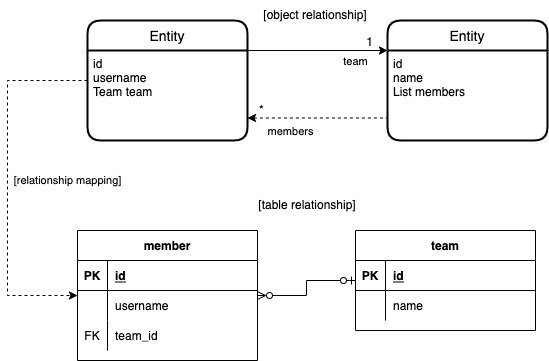
Before: assets/img/jpa_study/ch.6/pic-6-1.png, a diagram exported from draw.io (Rama033/Rama033.github.io). Source tidied: cells renumbered, new cells last; positions are measured from the earlier drawing's top-left corner, leaving out a move shared by most shapes.
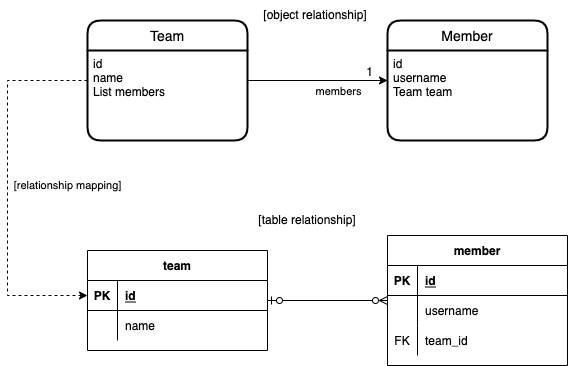
Above is the later version.

Change to the diagram source:
```diff
@@ -2,31 +2,32 @@
   <root>
     <mxCell id="0" />
     <mxCell id="1" parent="0" />
-    <mxCell id="2" value="[relationship mapping]" style="edgeStyle=orthogonalEdgeStyle;rounded=0;jettySize=auto;html=1;endArrow=classic;endFill=1;dashed=1;" parent="1" edge="1" source="3" target="8">
+    <mxCell id="2" value="[relationship mapping]" style="edgeStyle=orthogonalEdgeStyle;rounded=0;jettySize=auto;html=1;endArrow=classic;endFill=1;dashed=1;" parent="1" edge="1" source="3" target="18">
       <mxGeometry x="-0.01" y="60" relative="1" as="geometry">
         <Array as="points">
           <mxPoint y="80" />
           <mxPoint y="295" />
+          <mxPoint x="160" y="295" />
         </Array>
       </mxGeometry>
     </mxCell>
-    <mxCell id="3" value="Entity" style="swimlane;horizontal=1;startSize=30;rounded=1;fontSize=14;fontStyle=0;strokeWidth=2;shadow=0;dashed=0;align=center;" parent="1" vertex="1">
+    <mxCell id="3" value="Team" style="swimlane;horizontal=1;startSize=30;rounded=1;fontSize=14;fontStyle=0;strokeWidth=2;shadow=0;dashed=0;align=center;" parent="1" vertex="1">
       <mxGeometry x="80" y="20" width="160" height="120" as="geometry" />
     </mxCell>
-    <mxCell id="4" value="id&#10;username&#10;Team team" style="align=left;strokeColor=none;fillColor=none;spacingLeft=4;fontSize=12;verticalAlign=top;" parent="3" vertex="1">
+    <mxCell id="4" value="id&#10;name&#10;List members" style="align=left;strokeColor=none;fillColor=none;spacingLeft=4;fontSize=12;verticalAlign=top;" parent="3" vertex="1">
       <mxGeometry y="30" width="160" height="90" as="geometry" />
     </mxCell>
-    <mxCell id="5" value="Entity" style="swimlane;horizontal=1;startSize=30;rounded=1;fontSize=14;fontStyle=0;strokeWidth=2;shadow=0;dashed=0;align=center;" parent="1" vertex="1">
+    <mxCell id="5" value="Member" style="swimlane;horizontal=1;startSize=30;rounded=1;fontSize=14;fontStyle=0;strokeWidth=2;shadow=0;dashed=0;align=center;" parent="1" vertex="1">
       <mxGeometry x="380" y="20" width="160" height="120" as="geometry" />
     </mxCell>
-    <mxCell id="6" value="id&#10;name&#10;List members" style="align=left;strokeColor=none;fillColor=none;spacingLeft=4;fontSize=12;verticalAlign=top;" parent="5" vertex="1">
+    <mxCell id="6" value="id&#10;username&#10;Team team" style="align=left;strokeColor=none;fillColor=none;spacingLeft=4;fontSize=12;verticalAlign=top;" parent="5" vertex="1">
       <mxGeometry y="30" width="160" height="90" as="geometry" />
     </mxCell>
     <mxCell id="7" style="edgeStyle=orthogonalEdgeStyle;rounded=0;jettySize=auto;html=1;endArrow=ERzeroToOne;endFill=0;startArrow=ERzeroToMany;startFill=0;" parent="1" edge="1" source="8" target="18">
       <mxGeometry relative="1" as="geometry" />
     </mxCell>
     <mxCell id="8" value="member" style="shape=table;startSize=30;rowLines=0;fontStyle=1;align=center;" parent="1" vertex="1">
-      <mxGeometry x="70" y="230" width="180" height="130" as="geometry" />
+      <mxGeometry x="380" y="235" width="180" height="130" as="geometry" />
     </mxCell>
     <mxCell id="9" style="shape=tableRow;horizontal=0;startSize=0;swimlaneHead=0;swimlaneBody=0;fillColor=none;top=0;left=0;right=0;bottom=1;" parent="8" vertex="1">
       <mxGeometry y="30" width="180" height="30" as="geometry" />
@@ -56,7 +57,7 @@
       <mxGeometry x="30" width="150" height="30" as="geometry" />
     </mxCell>
     <mxCell id="18" value="team" style="shape=table;startSize=30;rowLines=0;fontStyle=1;align=center;" parent="1" vertex="1">
-      <mxGeometry x="348" y="230" width="180" height="100" as="geometry" />
+      <mxGeometry x="80" y="250" width="180" height="100" as="geometry" />
     </mxCell>
     <mxCell id="19" style="shape=tableRow;horizontal=0;startSize=0;swimlaneHead=0;swimlaneBody=0;fillColor=none;top=0;left=0;right=0;bottom=1;" parent="18" vertex="1">
       <mxGeometry y="30" width="180" height="30" as="geometry" />
@@ -76,7 +77,7 @@
     <mxCell id="24" value="name" style="shape=partialRectangle;fillColor=none;top=0;left=0;bottom=0;right=0;align=left;spacingLeft=6;overflow=hidden;" parent="22" vertex="1">
       <mxGeometry x="30" width="150" height="30" as="geometry" />
     </mxCell>
-    <mxCell id="25" style="endArrow=classic;html=1;rounded=0;endFill=1;exitX=1;exitY=0;exitDx=0;exitDy=0;entryX=0;entryY=0;entryDx=0;entryDy=0;" parent="1" edge="1" source="4" target="6">
+    <mxCell id="25" style="endArrow=classic;html=1;rounded=0;endFill=1;" parent="1" edge="1" source="3" target="5">
       <mxGeometry relative="1" as="geometry" />
     </mxCell>
     <mxCell id="26" style="html=1;align=left;verticalAlign=bottom;" parent="25" vertex="1">
@@ -89,34 +90,16 @@
         <mxPoint x="-14" as="offset" />
       </mxGeometry>
     </mxCell>
-    <mxCell id="28" value="team" style="edgeLabel;html=1;align=center;verticalAlign=middle;" parent="25" vertex="1">
-      <mxGeometry x="0.53" relative="1" as="geometry">
-        <mxPoint y="10" as="offset" />
-      </mxGeometry>
-    </mxCell>
+    <mxCell id="34" value="members" style="edgeLabel;html=1;align=center;verticalAlign=middle;" parent="25" vertex="1">
+      <mxGeometry x="-0.53" y="-1" relative="1" as="geometry">
+        <mxPoint x="57" y="9" as="offset" />
+      </mxGeometry>
+    </mxCell>
     <mxCell id="29" value="[object relationship]" style="text;html=1;strokeColor=none;fillColor=none;align=center;verticalAlign=middle;whiteSpace=wrap;rounded=0;" parent="1" vertex="1">
       <mxGeometry x="248" width="120" height="30" as="geometry" />
     </mxCell>
     <mxCell id="30" value="[table relationship]" style="text;html=1;strokeColor=none;fillColor=none;align=center;verticalAlign=middle;whiteSpace=wrap;rounded=0;" parent="1" vertex="1">
-      <mxGeometry x="240" y="190" width="120" height="30" as="geometry" />
+      <mxGeometry x="240" y="205" width="120" height="30" as="geometry" />
     </mxCell>
-    <mxCell id="31" style="endArrow=none;html=1;rounded=0;endFill=0;exitX=1;exitY=0.75;exitDx=0;exitDy=0;entryX=0;entryY=0.75;entryDx=0;entryDy=0;dashed=1;startArrow=classic;startFill=1;" parent="1" edge="1" source="4" target="6">
-      <mxGeometry relative="1" as="geometry" />
-    </mxCell>
-    <mxCell id="32" value="*" style="html=1;align=left;verticalAlign=bottom;" parent="31" vertex="1">
-      <mxGeometry x="-1" relative="1" as="geometry">
-        <mxPoint x="10" as="offset" />
-      </mxGeometry>
-    </mxCell>
-    <mxCell id="33" style="html=1;align=right;verticalAlign=bottom;" parent="31" vertex="1">
-      <mxGeometry x="1" relative="1" as="geometry">
-        <mxPoint x="-14" as="offset" />
-      </mxGeometry>
-    </mxCell>
-    <mxCell id="34" value="members" style="edgeLabel;html=1;align=center;verticalAlign=middle;" parent="31" vertex="1">
-      <mxGeometry x="-0.4" y="-1" relative="1" as="geometry">
-        <mxPoint y="12" as="offset" />
-      </mxGeometry>
-    </mxCell>
   </root>
 </mxGraphModel>
```
